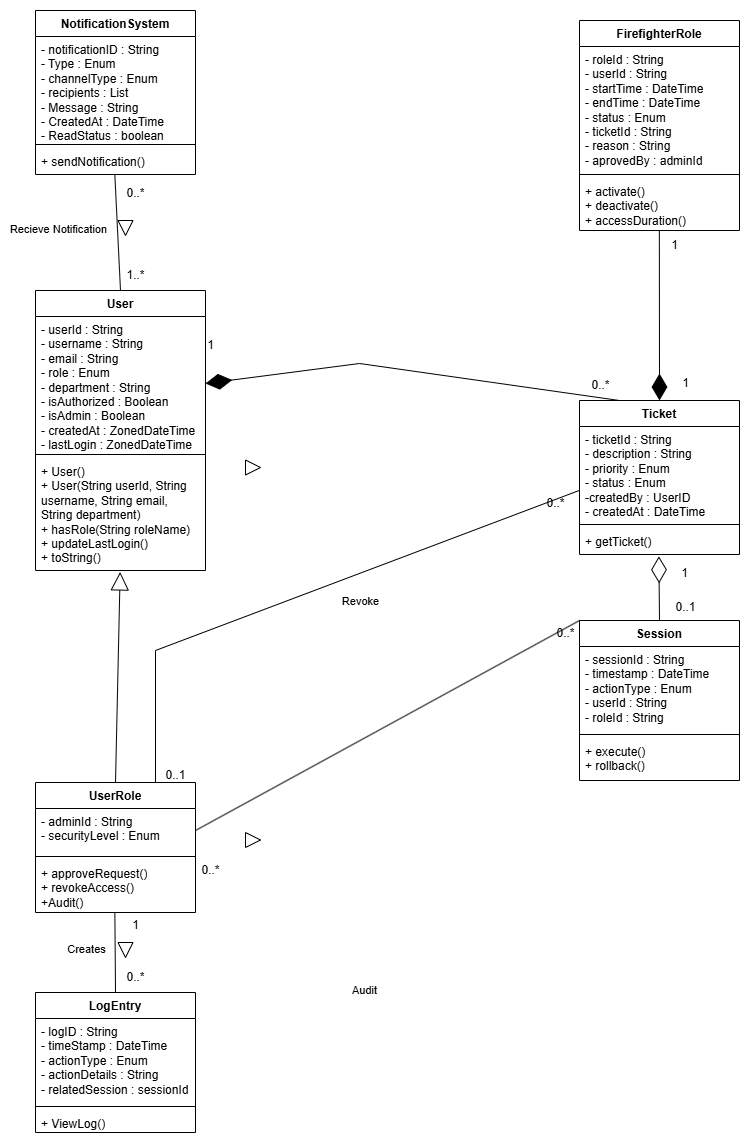
Before: Documentation/Domain Model.png, a diagram exported from draw.io (COS301-SE-2025/Fire-Fighter). Source tidied: cells renumbered, new cells last; positions are measured from the earlier drawing's top-left corner, leaving out a move shared by most shapes.
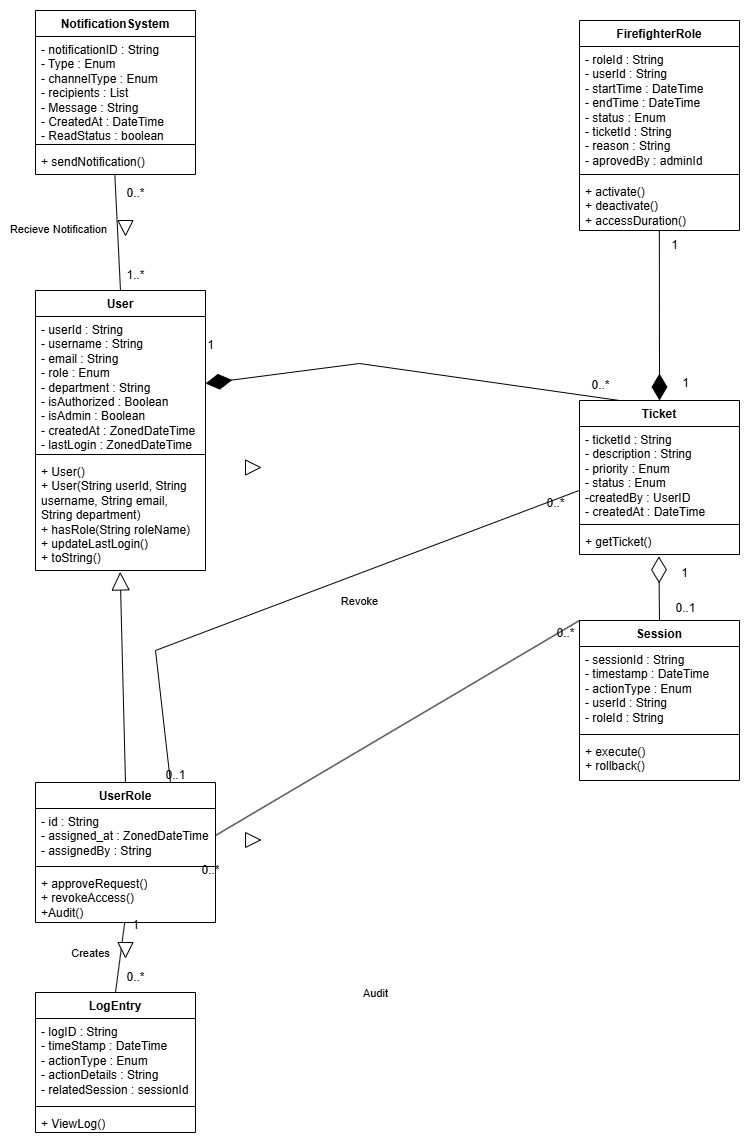
The same file after the commit.

Commit message:
Updated UserRole methods

Diff of the diagram source:
```diff
@@ -51,16 +51,16 @@
       <mxGeometry y="118" width="160" height="42" as="geometry" />
     </mxCell>
     <mxCell id="18" value="UserRole" style="swimlane;fontStyle=1;align=center;verticalAlign=top;horizontal=1;startSize=26;whiteSpace=wrap;html=1;" parent="1" vertex="1">
-      <mxGeometry y="772" width="160" height="130" as="geometry" />
+      <mxGeometry y="772" width="180" height="140" as="geometry" />
     </mxCell>
-    <mxCell id="19" value="- adminId : String&lt;div&gt;- securityLevel : Enum&lt;/div&gt;" style="text;strokeColor=none;fillColor=none;align=left;verticalAlign=top;spacingLeft=4;spacingRight=4;overflow=hidden;points=[[0,0.5],[1,0.5]];portConstraint=eastwest;whiteSpace=wrap;html=1;" parent="18" vertex="1">
-      <mxGeometry y="26" width="160" height="44" as="geometry" />
+    <mxCell id="19" value="- id : String&lt;div&gt;- assigned_at : ZonedDateTime&lt;/div&gt;&lt;div&gt;-&amp;nbsp;assignedBy : String&lt;/div&gt;" style="text;strokeColor=none;fillColor=none;align=left;verticalAlign=top;spacingLeft=4;spacingRight=4;overflow=hidden;points=[[0,0.5],[1,0.5]];portConstraint=eastwest;whiteSpace=wrap;html=1;" parent="18" vertex="1">
+      <mxGeometry y="26" width="180" height="54" as="geometry" />
     </mxCell>
     <mxCell id="20" style="line;strokeWidth=1;fillColor=none;align=left;verticalAlign=middle;spacingTop=-1;spacingLeft=3;spacingRight=3;labelPosition=right;strokeColor=inherit;" parent="18" vertex="1">
-      <mxGeometry y="70" width="160" height="8" as="geometry" />
+      <mxGeometry y="80" width="180" height="8" as="geometry" />
     </mxCell>
     <mxCell id="21" value="+ approveRequest()&lt;div&gt;+ revokeAccess()&lt;/div&gt;&lt;div&gt;+Audit()&lt;/div&gt;" style="text;strokeColor=none;fillColor=none;align=left;verticalAlign=top;spacingLeft=4;spacingRight=4;overflow=hidden;points=[[0,0.5],[1,0.5]];portConstraint=eastwest;whiteSpace=wrap;html=1;" parent="18" vertex="1">
-      <mxGeometry y="78" width="160" height="52" as="geometry" />
+      <mxGeometry y="88" width="180" height="52" as="geometry" />
     </mxCell>
     <mxCell id="22" value="NotificationSystem" style="swimlane;fontStyle=1;align=center;verticalAlign=top;horizontal=1;startSize=26;whiteSpace=wrap;html=1;" parent="1" vertex="1">
       <mxGeometry width="160" height="164" as="geometry" />
```
